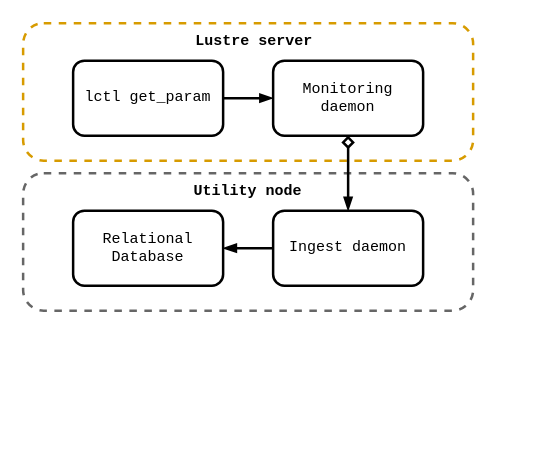
The draw.io diagram content/figures/lustre-monitor.drawio in jaantollander/masters-thesis, before the edit. Source tidied: cells renumbered, new cells numbered last; positions are measured from the earlier drawing's top-left corner, leaving out a move shared by most shapes. Both pictures are drawn from the tidied source at 125%, with x=0, y=0 at pixel (22, 22).
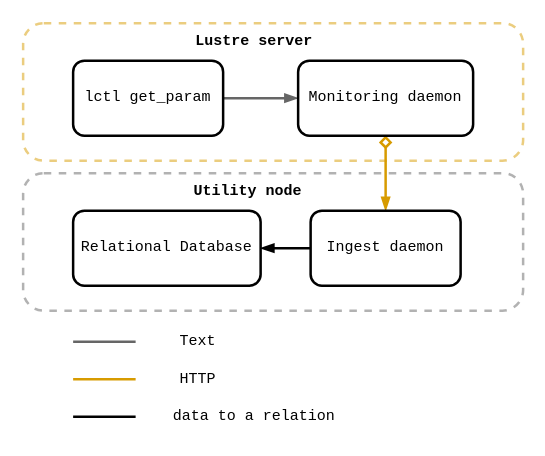
The same diagram, later.

The change refers to these unchanged cells:
```xml
<mxCell id="10" value="lctl get_param" style="rounded=1;whiteSpace=wrap;html=1;strokeWidth=2;fontFamily=Courier New;" parent="1" vertex="1">
  <mxGeometry x="40" y="30" width="120" height="60" as="geometry" />
</mxCell>
```

The edit, as a diff of the source:
```diff
@@
-    <mxCell id="2" style="rounded=1;whiteSpace=wrap;html=1;strokeWidth=2;fontFamily=Courier New;fillColor=none;dashed=1;fontColor=#333333;strokeColor=#666666;" parent="1" vertex="1">
-      <mxGeometry y="120" width="360" height="110" as="geometry" />
+    <mxCell id="2" style="rounded=1;whiteSpace=wrap;html=1;strokeWidth=2;fontFamily=Courier New;fillColor=none;dashed=1;fontColor=#333333;strokeColor=#666666;opacity=50;" parent="1" vertex="1">
+      <mxGeometry y="120" width="400" height="110" as="geometry" />
     </mxCell>
-    <mxCell id="3" style="rounded=1;whiteSpace=wrap;html=1;strokeWidth=2;fontFamily=Courier New;fillColor=none;dashed=1;strokeColor=#d79b00;" parent="1" vertex="1">
-      <mxGeometry width="360" height="110" as="geometry" />
+    <mxCell id="3" style="rounded=1;whiteSpace=wrap;html=1;strokeWidth=2;fontFamily=Courier New;fillColor=none;dashed=1;strokeColor=#d79b00;opacity=50;" parent="1" vertex="1">
+      <mxGeometry width="400" height="110" as="geometry" />
     </mxCell>
-    <mxCell id="4" style="edgeStyle=orthogonalEdgeStyle;rounded=0;jettySize=auto;html=1;strokeWidth=2;endArrow=blockThin;endFill=1;startArrow=diamond;startFill=0;fontFamily=Courier New;" parent="1" edge="1" source="6" target="8">
+    <mxCell id="4" style="edgeStyle=orthogonalEdgeStyle;rounded=0;jettySize=auto;html=1;strokeWidth=2;endArrow=blockThin;endFill=1;startArrow=diamond;startFill=0;fontFamily=Courier New;fillColor=#ffe6cc;strokeColor=#d79b00;" parent="1" edge="1" source="6" target="8">
       <mxGeometry relative="1" as="geometry" />
     </mxCell>
-    <mxCell id="5" style="edgeStyle=orthogonalEdgeStyle;rounded=0;jettySize=auto;html=1;strokeWidth=2;startArrow=blockThin;startFill=1;endArrow=none;endFill=0;fontFamily=Courier New;" parent="1" edge="1" source="6" target="10">
+    <mxCell id="5" style="edgeStyle=orthogonalEdgeStyle;rounded=0;jettySize=auto;html=1;strokeWidth=2;startArrow=blockThin;startFill=1;endArrow=none;endFill=0;fontFamily=Courier New;fillColor=#f5f5f5;strokeColor=#666666;" parent="1" edge="1" source="6" target="10">
       <mxGeometry relative="1" as="geometry" />
     </mxCell>
     <mxCell id="6" value="Monitoring daemon" style="rounded=1;whiteSpace=wrap;html=1;strokeWidth=2;fontFamily=Courier New;" parent="1" vertex="1">
-      <mxGeometry x="200" y="30" width="120" height="60" as="geometry" />
+      <mxGeometry x="220" y="30" width="140" height="60" as="geometry" />
     </mxCell>
@@
     <mxCell id="8" value="Ingest daemon" style="rounded=1;whiteSpace=wrap;html=1;strokeWidth=2;fontFamily=Courier New;" parent="1" vertex="1">
-      <mxGeometry x="200" y="150" width="120" height="60" as="geometry" />
+      <mxGeometry x="230" y="150" width="120" height="60" as="geometry" />
     </mxCell>
     <mxCell id="9" value="Relational Database" style="rounded=1;whiteSpace=wrap;html=1;strokeWidth=2;fontFamily=Courier New;" parent="1" vertex="1">
-      <mxGeometry x="40" y="150" width="120" height="60" as="geometry" />
+      <mxGeometry x="40" y="150" width="150" height="60" as="geometry" />
     </mxCell>
@@
+    <mxCell id="13" value="Text" style="text;html=1;strokeColor=none;fillColor=none;align=center;verticalAlign=middle;whiteSpace=wrap;rounded=0;fontFamily=Courier New;" parent="1" vertex="1">
+      <mxGeometry x="100" y="240" width="80" height="30" as="geometry" />
+    </mxCell>
+    <mxCell id="14" value="HTTP" style="text;html=1;strokeColor=none;fillColor=none;align=center;verticalAlign=middle;whiteSpace=wrap;rounded=0;fontFamily=Courier New;" parent="1" vertex="1">
+      <mxGeometry x="100" y="270" width="80" height="30" as="geometry" />
+    </mxCell>
+    <mxCell id="15" style="endArrow=none;html=1;rounded=0;strokeWidth=2;fillColor=#f5f5f5;strokeColor=#666666;" parent="1" edge="1">
+      <mxGeometry relative="1" as="geometry">
+        <mxPoint x="40" y="254.8" as="sourcePoint" />
+        <mxPoint x="90" y="254.8" as="targetPoint" />
+      </mxGeometry>
+    </mxCell>
+    <mxCell id="16" style="endArrow=none;html=1;rounded=0;strokeWidth=2;fillColor=#ffe6cc;strokeColor=#d79b00;" parent="1" edge="1">
+      <mxGeometry relative="1" as="geometry">
+        <mxPoint x="40" y="284.9" as="sourcePoint" />
+        <mxPoint x="90" y="284.9" as="targetPoint" />
+      </mxGeometry>
+    </mxCell>
+    <mxCell id="17" style="endArrow=none;html=1;rounded=0;strokeWidth=2;" parent="1" edge="1">
+      <mxGeometry relative="1" as="geometry">
+        <mxPoint x="40" y="314.9" as="sourcePoint" />
+        <mxPoint x="90" y="314.9" as="targetPoint" />
+      </mxGeometry>
+    </mxCell>
+    <mxCell id="18" value="data to a relation" style="text;html=1;strokeColor=none;fillColor=none;align=center;verticalAlign=middle;whiteSpace=wrap;rounded=0;fontFamily=Courier New;" parent="1" vertex="1">
+      <mxGeometry x="100" y="300" width="170" height="30" as="geometry" />
+    </mxCell>
```
